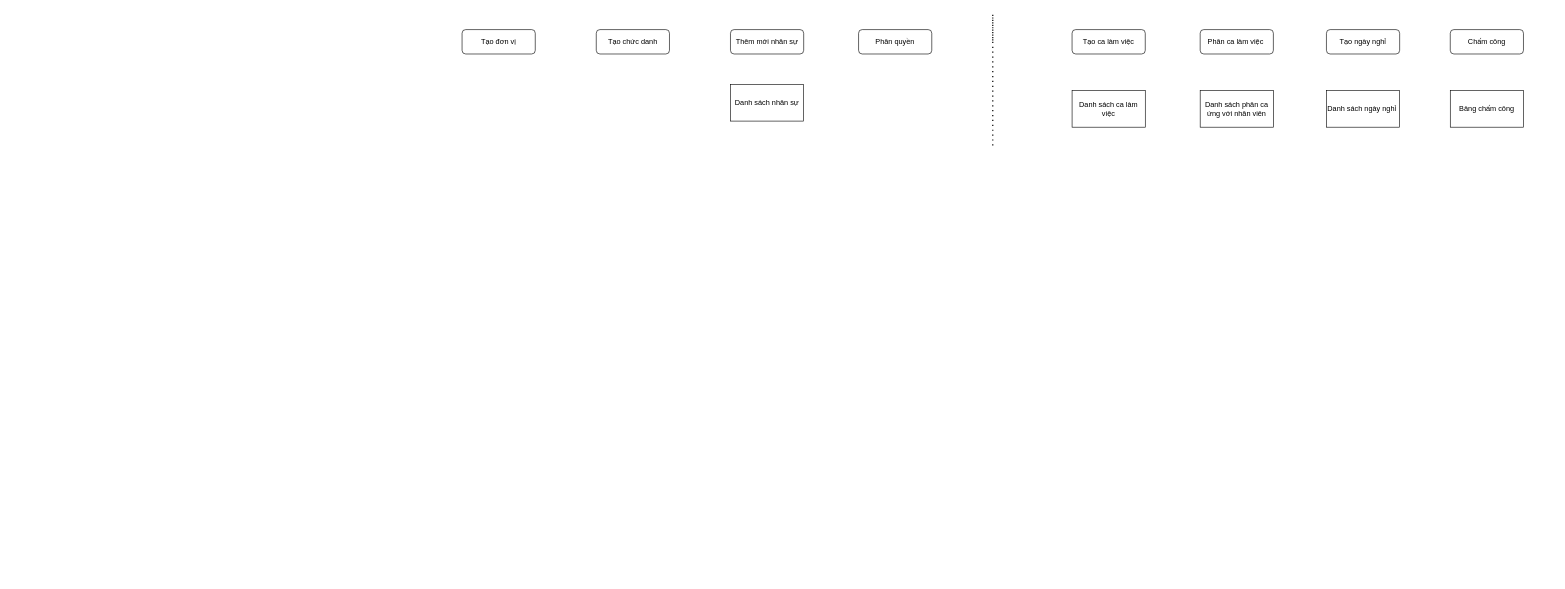
Above: HrmFlow.drawio in b0bby0ne/business-analyst (draw.io), before the change. Source tidied: cells renumbered, new cells numbered last; positions are measured from the earlier drawing's top-left corner, leaving out a move shared by most shapes. Both pictures are drawn from the tidied source at 61%, with x=0, y=0 at pixel (462, 11).
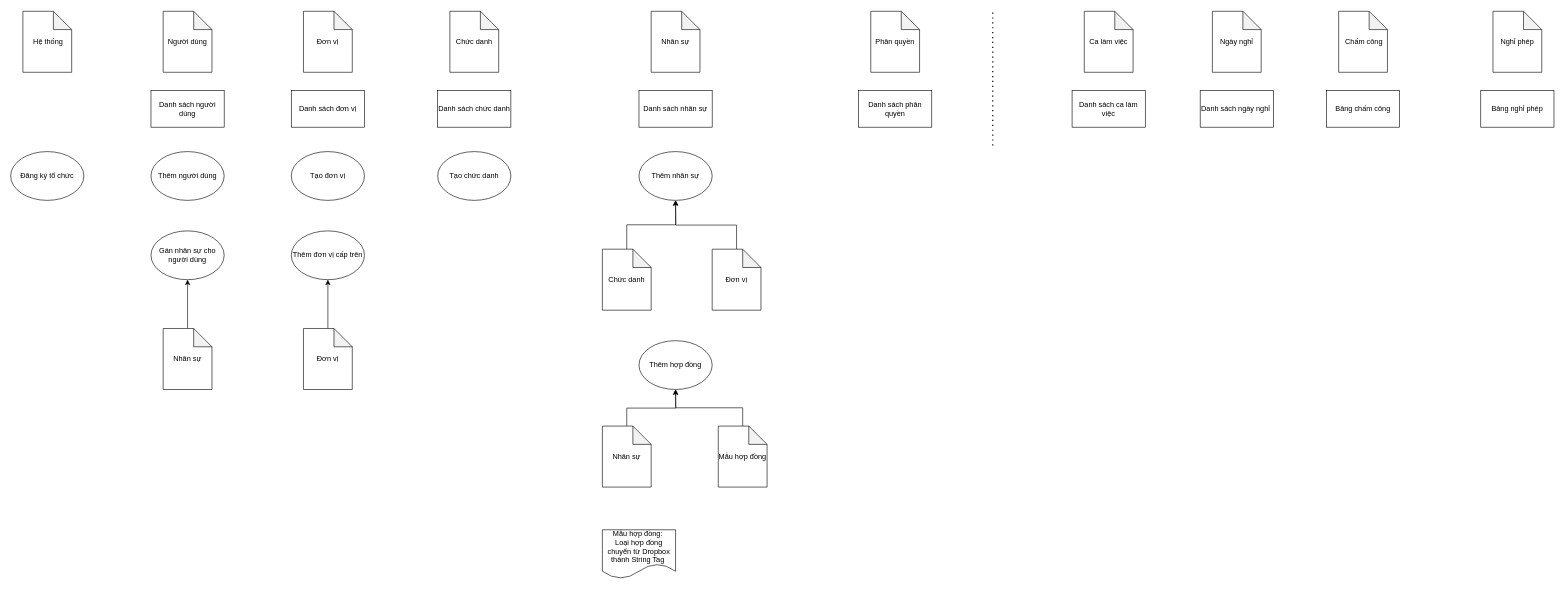
The same page after the edit.

Diff of the diagram source:
```diff
@@
-    <mxCell id="2" value="Tạo ca làm việc" style="rounded=1;whiteSpace=wrap;html=1;fontSize=12;glass=0;strokeWidth=1;shadow=0;" parent="1" vertex="1">
-      <mxGeometry x="1000" y="30" width="120" height="40" as="geometry" />
-    </mxCell>
-    <mxCell id="3" value="Phân ca làm việc&amp;nbsp;" style="rounded=1;whiteSpace=wrap;html=1;fontSize=12;glass=0;strokeWidth=1;shadow=0;" parent="1" vertex="1">
-      <mxGeometry x="1210" y="30" width="120" height="40" as="geometry" />
-    </mxCell>
-    <mxCell id="4" value="Tạo ngày nghỉ" style="rounded=1;whiteSpace=wrap;html=1;fontSize=12;glass=0;strokeWidth=1;shadow=0;" parent="1" vertex="1">
-      <mxGeometry x="1417" y="30" width="120" height="40" as="geometry" />
-    </mxCell>
-    <mxCell id="5" value="Chấm công" style="rounded=1;whiteSpace=wrap;html=1;fontSize=12;glass=0;strokeWidth=1;shadow=0;" parent="1" vertex="1">
-      <mxGeometry x="1620" y="30" width="120" height="40" as="geometry" />
-    </mxCell>
     <mxCell id="6" value="Danh sách ngày nghỉ&amp;nbsp;" style="rounded=0;whiteSpace=wrap;html=1;" parent="1" vertex="1">
-      <mxGeometry x="1417" y="130" width="120" height="60" as="geometry" />
+      <mxGeometry x="1210" y="130" width="120" height="60" as="geometry" />
     </mxCell>
     <mxCell id="7" value="Bảng chấm công" style="rounded=0;whiteSpace=wrap;html=1;" parent="1" vertex="1">
-      <mxGeometry x="1620" y="130" width="120" height="60" as="geometry" />
+      <mxGeometry x="1417" y="130" width="120" height="60" as="geometry" />
     </mxCell>
-    <mxCell id="8" value="Danh sách phân ca ứng với nhân viên" style="rounded=0;whiteSpace=wrap;html=1;" parent="1" vertex="1">
-      <mxGeometry x="1210" y="130" width="120" height="60" as="geometry" />
-    </mxCell>
@@
     <mxCell id="10" style="endArrow=none;dashed=1;html=1;dashPattern=1 3;strokeWidth=2;" parent="1" edge="1">
       <mxGeometry relative="1" as="geometry">
         <mxPoint x="870" y="220" as="sourcePoint" />
-        <mxPoint x="870" y="50" as="targetPoint" />
+        <mxPoint x="870" as="targetPoint" />
         <Array as="points">
           <mxPoint x="870" y="50" />
           <mxPoint x="870" />
         </Array>
       </mxGeometry>
     </mxCell>
+    <mxCell id="16" value="Danh sách phân quyền" style="rounded=0;whiteSpace=wrap;html=1;" parent="1" vertex="1">
+      <mxGeometry x="650" y="130" width="120" height="60" as="geometry" />
+    </mxCell>
+    <mxCell id="14" value="Phân quyền" style="shape=note;whiteSpace=wrap;html=1;backgroundOutline=1;darkOpacity=0.05;" parent="1" vertex="1">
+      <mxGeometry x="670" width="80" height="100" as="geometry" />
+    </mxCell>
+    <mxCell id="17" value="Ca làm việc" style="shape=note;whiteSpace=wrap;html=1;backgroundOutline=1;darkOpacity=0.05;" parent="1" vertex="1">
+      <mxGeometry x="1020" width="80" height="100" as="geometry" />
+    </mxCell>
+    <mxCell id="18" value="Ngày nghỉ" style="shape=note;whiteSpace=wrap;html=1;backgroundOutline=1;darkOpacity=0.05;" parent="1" vertex="1">
+      <mxGeometry x="1230" width="80" height="100" as="geometry" />
+    </mxCell>
+    <mxCell id="5" value="&amp;nbsp;Chấm công" style="shape=note;whiteSpace=wrap;html=1;backgroundOutline=1;darkOpacity=0.05;" parent="1" vertex="1">
+      <mxGeometry x="1437" width="80" height="100" as="geometry" />
+    </mxCell>
+    <mxCell id="19" value="Nghỉ phép" style="shape=note;whiteSpace=wrap;html=1;backgroundOutline=1;darkOpacity=0.05;" parent="1" vertex="1">
+      <mxGeometry x="1690" width="80" height="100" as="geometry" />
+    </mxCell>
+    <mxCell id="20" value="Bảng nghỉ phép" style="whiteSpace=wrap;html=1;" parent="1" vertex="1">
+      <mxGeometry x="1670" y="130" width="120" height="60" as="geometry" />
+    </mxCell>
+    <mxCell id="21" style="group;" parent="1" vertex="1">
+      <mxGeometry x="-280" width="120" height="620" as="geometry" />
+    </mxCell>
+    <mxCell id="22" value="Danh sách đơn vị" style="whiteSpace=wrap;html=1;" parent="21" vertex="1">
+      <mxGeometry y="130" width="120" height="60" as="geometry" />
+    </mxCell>
+    <mxCell id="23" value="Đơn vị" style="shape=note;whiteSpace=wrap;html=1;backgroundOutline=1;darkOpacity=0.05;" parent="21" vertex="1">
+      <mxGeometry x="20" width="80" height="100" as="geometry" />
+    </mxCell>
+    <mxCell id="12" value="Tạo đơn vị" style="ellipse;whiteSpace=wrap;html=1;" parent="21" vertex="1">
+      <mxGeometry y="230" width="120" height="80" as="geometry" />
+    </mxCell>
+    <mxCell id="24" value="Thêm đơn vị cấp trên" style="ellipse;whiteSpace=wrap;html=1;" parent="21" vertex="1">
+      <mxGeometry y="360" width="120" height="80" as="geometry" />
+    </mxCell>
+    <mxCell id="25" style="edgeStyle=orthogonalEdgeStyle;rounded=0;jettySize=auto;html=1;exitX=0.5;exitY=0;exitDx=0;exitDy=0;exitPerimeter=0;entryX=0.5;entryY=1;entryDx=0;entryDy=0;" parent="21" edge="1" source="26" target="24">
+      <mxGeometry relative="1" as="geometry" />
+    </mxCell>
+    <mxCell id="26" value="Đơn vị" style="shape=note;whiteSpace=wrap;html=1;backgroundOutline=1;darkOpacity=0.05;" parent="21" vertex="1">
+      <mxGeometry x="20" y="520" width="80" height="100" as="geometry" />
+    </mxCell>
+    <mxCell id="27" style="group;" parent="1" vertex="1">
+      <mxGeometry x="-510" width="120" height="620" as="geometry" />
+    </mxCell>
+    <mxCell id="28" value="Người dùng" style="shape=note;whiteSpace=wrap;html=1;backgroundOutline=1;darkOpacity=0.05;" parent="27" vertex="1">
+      <mxGeometry x="20" width="80" height="100" as="geometry" />
+    </mxCell>
+    <mxCell id="29" value="Danh sách người dùng" style="whiteSpace=wrap;html=1;" parent="27" vertex="1">
+      <mxGeometry y="130" width="120" height="60" as="geometry" />
+    </mxCell>
+    <mxCell id="30" value="Thêm người dùng" style="ellipse;whiteSpace=wrap;html=1;" parent="27" vertex="1">
+      <mxGeometry y="230" width="120" height="80" as="geometry" />
+    </mxCell>
+    <mxCell id="31" value="Gán nhân sự cho người dùng" style="ellipse;whiteSpace=wrap;html=1;" parent="27" vertex="1">
+      <mxGeometry y="360" width="120" height="80" as="geometry" />
+    </mxCell>
+    <mxCell id="32" style="edgeStyle=orthogonalEdgeStyle;rounded=0;jettySize=auto;html=1;exitX=0.5;exitY=0;exitDx=0;exitDy=0;exitPerimeter=0;entryX=0.5;entryY=1;entryDx=0;entryDy=0;" parent="27" edge="1" source="33" target="31">
+      <mxGeometry relative="1" as="geometry" />
+    </mxCell>
+    <mxCell id="33" value="Nhân sự" style="shape=note;whiteSpace=wrap;html=1;backgroundOutline=1;darkOpacity=0.05;" parent="27" vertex="1">
+      <mxGeometry x="20" y="520" width="80" height="100" as="geometry" />
+    </mxCell>
+    <mxCell id="34" style="group;" parent="1" vertex="1">
+      <mxGeometry x="-740" width="120" height="310" as="geometry" />
+    </mxCell>
+    <mxCell id="35" value="&amp;nbsp;Hệ thống" style="shape=note;whiteSpace=wrap;html=1;backgroundOutline=1;darkOpacity=0.05;" parent="34" vertex="1">
+      <mxGeometry x="20" width="80" height="100" as="geometry" />
+    </mxCell>
+    <mxCell id="36" value="Đăng ký tổ chức" style="ellipse;whiteSpace=wrap;html=1;" parent="34" vertex="1">
+      <mxGeometry y="230" width="120" height="80" as="geometry" />
+    </mxCell>
+    <mxCell id="37" style="group;" parent="1" vertex="1">
+      <mxGeometry x="-40" width="120" height="310" as="geometry" />
+    </mxCell>
+    <mxCell id="38" value="Danh sách chức danh" style="whiteSpace=wrap;html=1;" parent="37" vertex="1">
+      <mxGeometry y="130" width="120" height="60" as="geometry" />
+    </mxCell>
+    <mxCell id="39" value="Chức danh" style="shape=note;whiteSpace=wrap;html=1;backgroundOutline=1;darkOpacity=0.05;" parent="37" vertex="1">
+      <mxGeometry x="20" width="80" height="100" as="geometry" />
+    </mxCell>
-    <mxCell id="11" value="Tạo chức danh" style="rounded=1;whiteSpace=wrap;html=1;fontSize=12;glass=0;strokeWidth=1;shadow=0;" parent="1" vertex="1">
-      <mxGeometry x="220" y="30" width="120" height="40" as="geometry" />
+    <mxCell id="11" value="Tạo chức danh" style="ellipse;whiteSpace=wrap;html=1;" parent="37" vertex="1">
+      <mxGeometry y="230" width="120" height="80" as="geometry" />
     </mxCell>
-    <mxCell id="12" value="Tạo đơn vị" style="rounded=1;whiteSpace=wrap;html=1;fontSize=12;glass=0;strokeWidth=1;shadow=0;" parent="1" vertex="1">
-      <mxGeometry y="30" width="120" height="40" as="geometry" />
-    </mxCell>
-    <mxCell id="13" value="Thêm mới nhân sự" style="rounded=1;whiteSpace=wrap;html=1;fontSize=12;glass=0;strokeWidth=1;shadow=0;" parent="1" vertex="1">
-      <mxGeometry x="440" y="30" width="120" height="40" as="geometry" />
-    </mxCell>
-    <mxCell id="14" value="Phân quyền" style="rounded=1;whiteSpace=wrap;html=1;fontSize=12;glass=0;strokeWidth=1;shadow=0;" parent="1" vertex="1">
-      <mxGeometry x="650" y="30" width="120" height="40" as="geometry" />
-    </mxCell>
+    <mxCell id="40" style="group;" parent="1" vertex="1">
+      <mxGeometry x="230" width="270" height="930" as="geometry" />
+    </mxCell>
-    <mxCell id="15" value="Danh sách nhân sự" style="rounded=0;whiteSpace=wrap;html=1;" parent="1" vertex="1">
-      <mxGeometry x="440" y="120" width="120" height="60" as="geometry" />
+    <mxCell id="15" value="Danh sách nhân sự" style="rounded=0;whiteSpace=wrap;html=1;" parent="40" vertex="1">
+      <mxGeometry x="60" y="130" width="120" height="60" as="geometry" />
     </mxCell>
+    <mxCell id="41" value="Nhân sự" style="shape=note;whiteSpace=wrap;html=1;backgroundOutline=1;darkOpacity=0.05;" parent="40" vertex="1">
+      <mxGeometry x="80" width="80" height="100" as="geometry" />
+    </mxCell>
+    <mxCell id="42" value="Thêm nhân sự" style="ellipse;whiteSpace=wrap;html=1;" parent="40" vertex="1">
+      <mxGeometry x="60" y="230" width="120" height="80" as="geometry" />
+    </mxCell>
+    <mxCell id="43" style="edgeStyle=orthogonalEdgeStyle;rounded=0;jettySize=auto;html=1;exitX=0.5;exitY=0;exitDx=0;exitDy=0;exitPerimeter=0;entryX=0.5;entryY=1;entryDx=0;entryDy=0;" parent="40" edge="1" source="44" target="42">
+      <mxGeometry relative="1" as="geometry" />
+    </mxCell>
+    <mxCell id="44" value="Chức danh" style="shape=note;whiteSpace=wrap;html=1;backgroundOutline=1;darkOpacity=0.05;" parent="40" vertex="1">
+      <mxGeometry y="390" width="80" height="100" as="geometry" />
+    </mxCell>
+    <mxCell id="45" style="edgeStyle=orthogonalEdgeStyle;rounded=0;jettySize=auto;html=1;exitX=0.5;exitY=0;exitDx=0;exitDy=0;exitPerimeter=0;" parent="40" edge="1" source="46">
+      <mxGeometry relative="1" as="geometry">
+        <mxPoint x="120" y="310" as="targetPoint" />
+      </mxGeometry>
+    </mxCell>
+    <mxCell id="46" value="Đơn vị" style="shape=note;whiteSpace=wrap;html=1;backgroundOutline=1;darkOpacity=0.05;" parent="40" vertex="1">
+      <mxGeometry x="180" y="390" width="80" height="100" as="geometry" />
+    </mxCell>
+    <mxCell id="47" value="Thêm hợp đồng" style="ellipse;whiteSpace=wrap;html=1;" parent="40" vertex="1">
+      <mxGeometry x="60" y="540" width="120" height="80" as="geometry" />
+    </mxCell>
+    <mxCell id="48" style="edgeStyle=orthogonalEdgeStyle;rounded=0;jettySize=auto;html=1;exitX=0.5;exitY=0;exitDx=0;exitDy=0;exitPerimeter=0;" parent="40" edge="1" source="49">
+      <mxGeometry relative="1" as="geometry">
+        <mxPoint x="120" y="620" as="targetPoint" />
+      </mxGeometry>
+    </mxCell>
+    <mxCell id="49" value="Nhân sự" style="shape=note;whiteSpace=wrap;html=1;backgroundOutline=1;darkOpacity=0.05;" parent="40" vertex="1">
+      <mxGeometry y="680" width="80" height="100" as="geometry" />
+    </mxCell>
+    <mxCell id="50" style="edgeStyle=orthogonalEdgeStyle;rounded=0;jettySize=auto;html=1;exitX=0.5;exitY=0;exitDx=0;exitDy=0;exitPerimeter=0;entryX=0.5;entryY=1;entryDx=0;entryDy=0;" parent="40" edge="1" source="51" target="47">
+      <mxGeometry relative="1" as="geometry" />
+    </mxCell>
+    <mxCell id="51" value="Mẫu hợp đồng" style="shape=note;whiteSpace=wrap;html=1;backgroundOutline=1;darkOpacity=0.05;" parent="40" vertex="1">
+      <mxGeometry x="190" y="680" width="80" height="100" as="geometry" />
+    </mxCell>
+    <mxCell id="52" value="Mẫu hợp đồng:&amp;nbsp;&lt;br&gt;Loại hợp đồng chuyển từ Dropbox thành String Tag&amp;nbsp;" style="shape=document;whiteSpace=wrap;html=1;boundedLbl=1;" parent="40" vertex="1">
+      <mxGeometry y="850" width="120" height="80" as="geometry" />
+    </mxCell>
```
